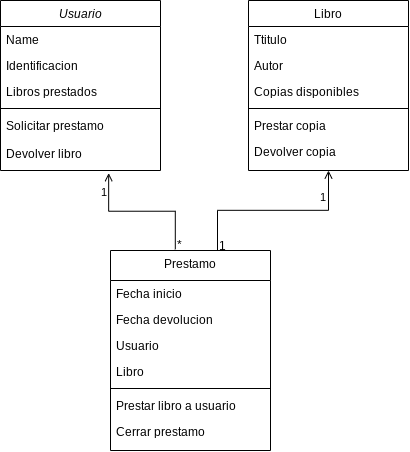
AgustinaFontana/1prueba keeps this draw.io diagram as Biblioteca.drawio.png. Above is the earlier version. Source tidied: cells renumbered, new cells last; positions are measured from the earlier drawing's top-left corner, leaving out a move shared by most shapes.
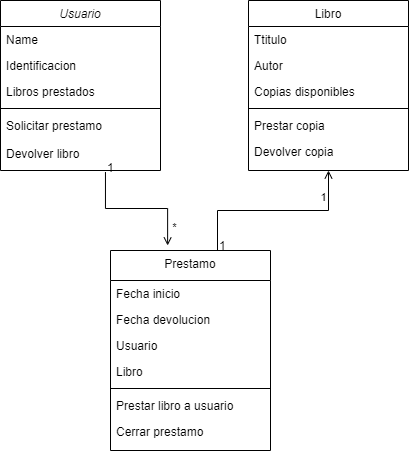
After the change.

The edit, as a diff of the source:
```diff
@@ -68,17 +68,17 @@
     <mxCell id="23" value="Devolver copia" style="text;align=left;verticalAlign=top;spacingLeft=4;spacingRight=4;overflow=hidden;" parent="17" vertex="1">
       <mxGeometry y="138" width="160" height="26" as="geometry" />
     </mxCell>
-    <mxCell id="24" style="endArrow=open;shadow=0;strokeWidth=1;rounded=0;endFill=1;edgeStyle=elbowEdgeStyle;elbow=vertical;entryX=0.676;entryY=1.167;entryDx=0;entryDy=0;entryPerimeter=0;exitX=0.405;exitY=-0.006;exitDx=0;exitDy=0;exitPerimeter=0;" parent="1" edge="1" source="9" target="8">
+    <mxCell id="24" style="endArrow=open;shadow=0;strokeWidth=1;rounded=0;endFill=1;edgeStyle=elbowEdgeStyle;elbow=vertical;exitX=0.656;exitY=1.127;exitDx=0;exitDy=0;exitPerimeter=0;entryX=0.357;entryY=-0.025;entryDx=0;entryDy=0;entryPerimeter=0;" parent="1" edge="1" source="8" target="9">
       <mxGeometry x="0.5" y="41" relative="1" as="geometry">
         <mxPoint x="-40" y="32" as="offset" />
       </mxGeometry>
     </mxCell>
-    <mxCell id="25" value="*" style="align=left;verticalAlign=bottom;labelBackgroundColor=none;fontSize=12;" parent="24" vertex="1">
+    <mxCell id="25" value="1" style="align=left;verticalAlign=bottom;labelBackgroundColor=none;fontSize=12;" parent="24" vertex="1">
       <mxGeometry x="-1" relative="1" as="geometry">
         <mxPoint y="4" as="offset" />
       </mxGeometry>
     </mxCell>
-    <mxCell id="26" value="1" style="edgeLabel;html=1;align=center;verticalAlign=middle;" parent="24" vertex="1">
+    <mxCell id="26" value="*" style="edgeLabel;html=1;align=center;verticalAlign=middle;" parent="24" vertex="1">
       <mxGeometry x="0.73" y="6" relative="1" as="geometry" />
     </mxCell>
     <mxCell id="27" style="endArrow=open;shadow=0;strokeWidth=1;rounded=0;endFill=1;edgeStyle=elbowEdgeStyle;elbow=vertical;entryX=0.5;entryY=1;entryDx=0;entryDy=0;exitX=0.405;exitY=-0.006;exitDx=0;exitDy=0;exitPerimeter=0;" parent="1" edge="1" target="17">
```
